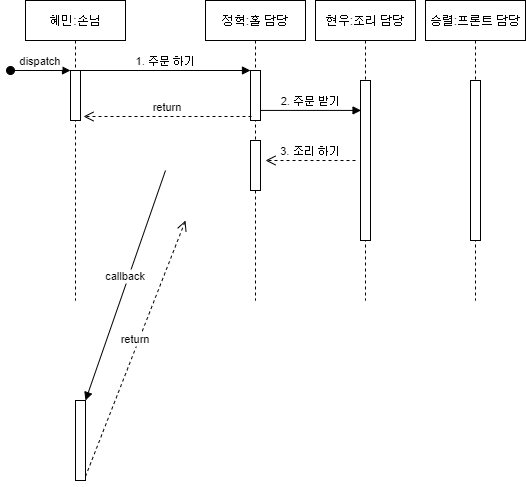
The draw.io diagram Sequence Diagram.png in HyeminBaek/Software_engineering_HW, before a commit. Source tidied: cells renumbered, new cells last; positions are measured from the earlier drawing's top-left corner, leaving out a move shared by most shapes.
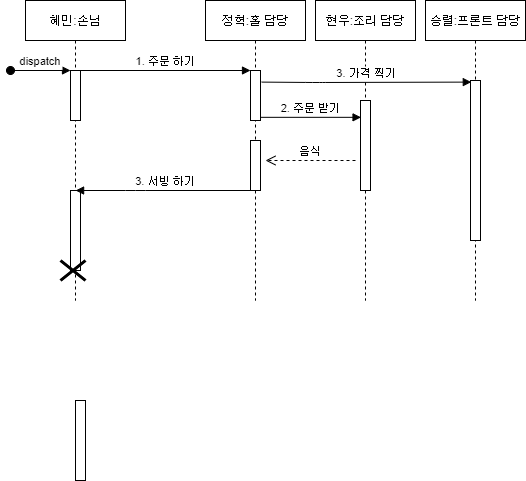
Later version of the same file.

Change to the diagram source:
```diff
@@ -13,6 +13,9 @@
         <mxPoint x="-15" y="70" as="sourcePoint" />
       </mxGeometry>
     </mxCell>
+    <mxCell id="19" style="perimeter=orthogonalPerimeter;rounded=0;shadow=0;strokeWidth=1;" parent="2" vertex="1">
+      <mxGeometry x="45" y="190" width="10" height="80" as="geometry" />
+    </mxCell>
     <mxCell id="5" value="정혁:홀 담당" style="shape=umlLifeline;perimeter=lifelinePerimeter;rounded=0;shadow=0;strokeWidth=1;" parent="1" vertex="1">
       <mxGeometry x="195" width="100" height="300" as="geometry" />
     </mxCell>
@@ -22,29 +25,14 @@
     <mxCell id="7" style="perimeter=orthogonalPerimeter;rounded=0;shadow=0;strokeWidth=1;" parent="5" vertex="1">
       <mxGeometry x="45" y="140" width="10" height="50" as="geometry" />
     </mxCell>
-    <mxCell id="8" value="return" style="verticalAlign=bottom;endArrow=open;dashed=1;endSize=8;shadow=0;strokeWidth=1;entryX=1.3;entryY=0.92;entryDx=0;entryDy=0;entryPerimeter=0;" parent="1" edge="1" target="3">
-      <mxGeometry relative="1" as="geometry">
-        <mxPoint x="241" y="116" as="sourcePoint" />
-      </mxGeometry>
-    </mxCell>
     <mxCell id="9" value="1. 주문 하기" style="verticalAlign=bottom;endArrow=block;entryX=0;entryY=0;shadow=0;strokeWidth=1;" parent="1" edge="1" source="3" target="6">
       <mxGeometry relative="1" as="geometry" />
     </mxCell>
-    <mxCell id="10" value="callback" style="verticalAlign=bottom;endArrow=block;entryX=1;entryY=0;shadow=0;strokeWidth=1;" parent="1" edge="1" target="16">
-      <mxGeometry relative="1" as="geometry">
-        <mxPoint x="155" y="170" as="sourcePoint" />
-      </mxGeometry>
-    </mxCell>
-    <mxCell id="11" value="return" style="verticalAlign=bottom;endArrow=open;dashed=1;endSize=8;exitX=1;exitY=0.95;shadow=0;strokeWidth=1;" parent="1" edge="1" source="16">
-      <mxGeometry relative="1" as="geometry">
-        <mxPoint x="175" y="220" as="targetPoint" />
-      </mxGeometry>
-    </mxCell>
     <mxCell id="12" value="현우:조리 담당" style="shape=umlLifeline;perimeter=lifelinePerimeter;rounded=0;shadow=0;strokeWidth=1;" parent="1" vertex="1">
       <mxGeometry x="305" width="100" height="300" as="geometry" />
     </mxCell>
     <mxCell id="13" style="points=[];perimeter=orthogonalPerimeter;rounded=0;shadow=0;strokeWidth=1;" parent="12" vertex="1">
-      <mxGeometry x="45" y="80" width="10" height="160" as="geometry" />
+      <mxGeometry x="45" y="100" width="10" height="90" as="geometry" />
     </mxCell>
     <mxCell id="14" value="승렬:프론트 담당" style="shape=umlLifeline;perimeter=lifelinePerimeter;rounded=0;shadow=0;strokeWidth=1;" parent="1" vertex="1">
       <mxGeometry x="415" width="100" height="300" as="geometry" />
@@ -58,11 +46,28 @@
     <mxCell id="17" value="2. 주문 받기" style="verticalAlign=bottom;endArrow=block;entryX=0.055;entryY=0.187;shadow=0;strokeWidth=1;entryDx=0;entryDy=0;entryPerimeter=0;" parent="1" edge="1" source="6" target="13">
       <mxGeometry relative="1" as="geometry" />
     </mxCell>
-    <mxCell id="18" value="3. 조리 하기" style="verticalAlign=bottom;endArrow=open;dashed=1;endSize=8;shadow=0;strokeWidth=1;" parent="1" edge="1">
+    <mxCell id="18" value="음식" style="verticalAlign=bottom;endArrow=open;dashed=1;endSize=8;shadow=0;strokeWidth=1;" parent="1" edge="1">
       <mxGeometry relative="1" as="geometry">
         <mxPoint x="345" y="160" as="sourcePoint" />
         <mxPoint x="255" y="160" as="targetPoint" />
       </mxGeometry>
     </mxCell>
+    <mxCell id="20" value="3. 서빙 하기" style="verticalAlign=bottom;endArrow=block;shadow=0;strokeWidth=1;" parent="1" edge="1" source="5" target="2">
+      <mxGeometry relative="1" as="geometry">
+        <Array as="points">
+          <mxPoint x="125" y="190" />
+        </Array>
+      </mxGeometry>
+    </mxCell>
+    <mxCell id="21" value="3. 가격 찍기" style="verticalAlign=bottom;endArrow=block;shadow=0;strokeWidth=1;entryX=0.08;entryY=0.01;entryDx=0;entryDy=0;entryPerimeter=0;exitX=1.12;exitY=0.232;exitDx=0;exitDy=0;exitPerimeter=0;" parent="1" edge="1" source="6" target="15">
+      <mxGeometry relative="1" as="geometry">
+        <Array as="points">
+          <mxPoint x="305" y="82" />
+        </Array>
+      </mxGeometry>
+    </mxCell>
+    <mxCell id="22" style="shape=umlDestroy;whiteSpace=wrap;html=1;strokeWidth=3;" parent="1" vertex="1">
+      <mxGeometry x="50" y="260" width="25" height="20" as="geometry" />
+    </mxCell>
   </root>
 </mxGraphModel>
```
